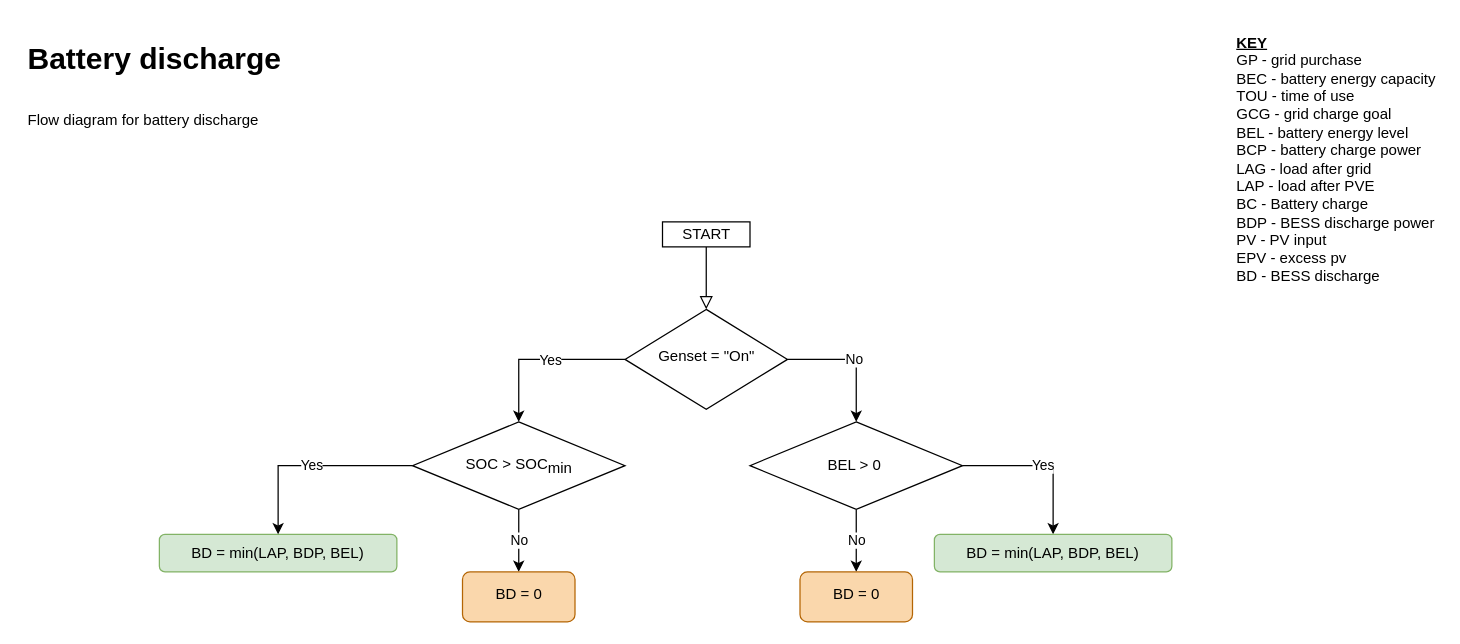
Before: page "bessDischarge" (3 of 4) of offGridSimulator.drawio in hanbu62/diagrams, a draw.io diagram. Source tidied: cells renumbered, new cells numbered last; positions are measured from the earlier drawing's top-left corner, leaving out a move shared by most shapes. Both pictures are drawn from the tidied source at 125%, with x=0, y=0 at pixel (21, 34).
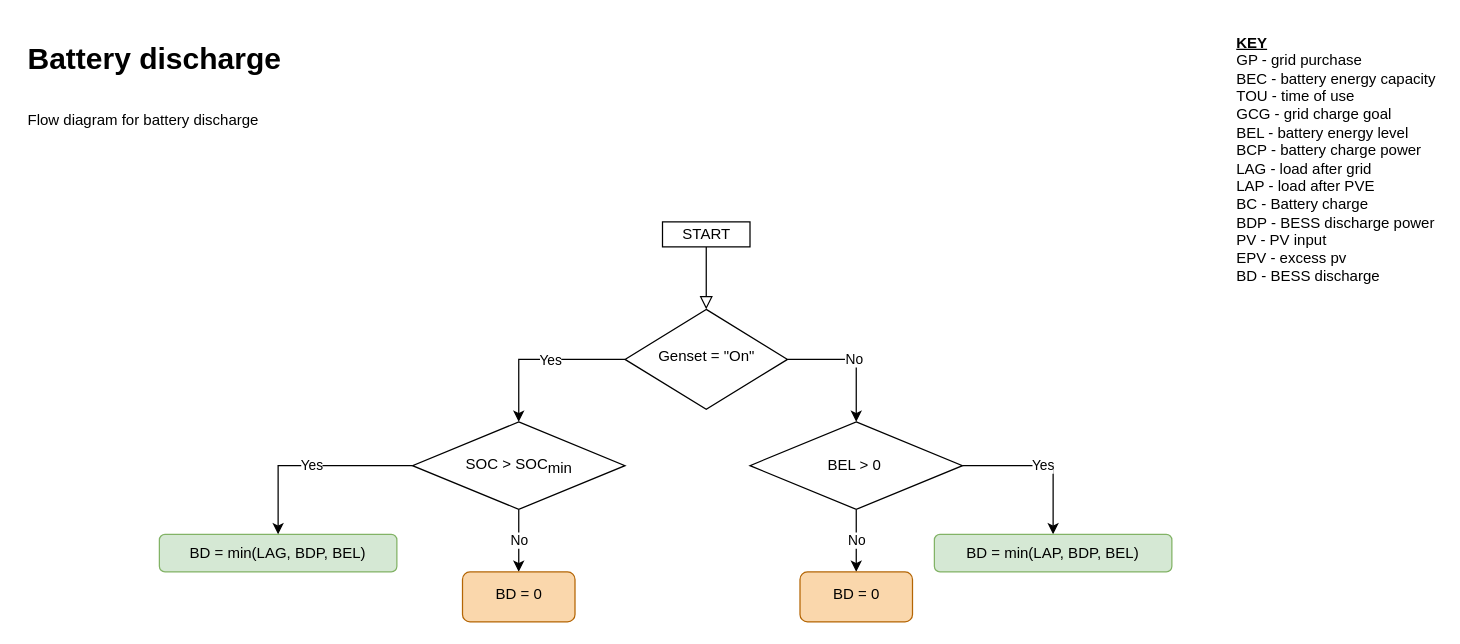
The same page after the edit.

Diff of the diagram source:
```diff
@@
-    <mxCell id="10" value="BD = min(LAP, BDP, BEL)" style="rounded=1;whiteSpace=wrap;html=1;verticalAlign=middle;fillColor=#d5e8d4;strokeColor=#82b366;" parent="1" vertex="1">
+    <mxCell id="10" value="BD = min(LAG, BDP, BEL)" style="rounded=1;whiteSpace=wrap;html=1;verticalAlign=middle;fillColor=#d5e8d4;strokeColor=#82b366;" parent="1" vertex="1">
       <mxGeometry x="110" y="400" width="190" height="30" as="geometry" />
     </mxCell>
```
